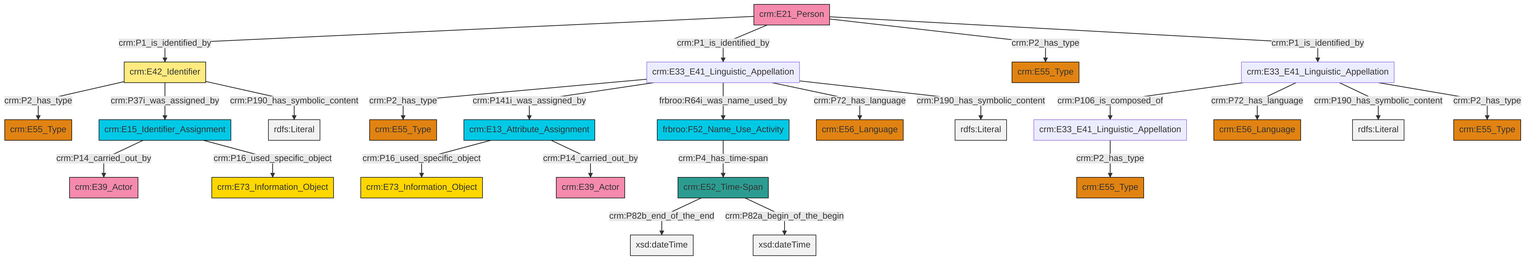
The Mermaid diagram et/personCSV/ttl/mmd/png/Person_Names_and_Classification.png in swiss-art-research-net/docs.swissartresearch, before a commit. Its source is kept beside it as et/personCSV/ttl/mmd/Person_Names_and_Classification.ttl.mmd.
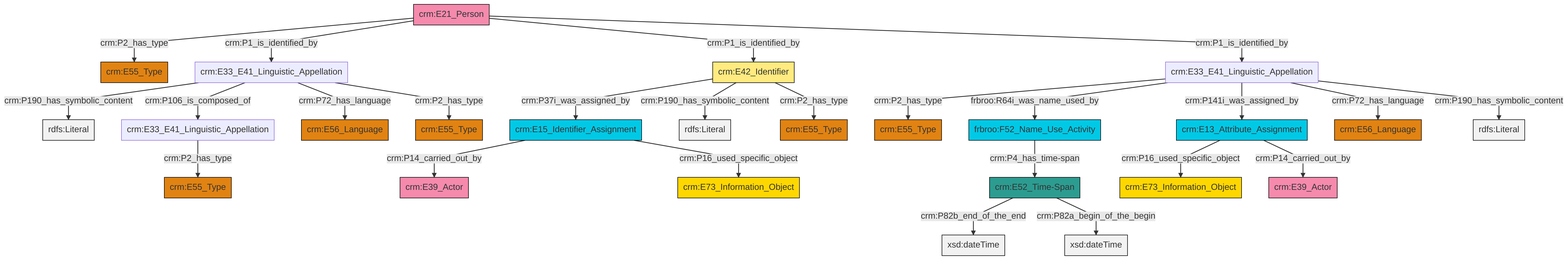
After the commit.

What changed in the source:
```diff
@@ -13,27 +13,27 @@
 classDef PC_Classes fill:#4ce600, stroke:#000000;
 classDef Multi fill:#cccccc,stroke:#000000;
 
-4["crm:E21_Person"]:::Actor -->|crm:P1_is_identified_by| 5["crm:E42_Identifier"]:::Appellation
-10["crm:E33_E41_Linguistic_Appellation"]:::Default -->|crm:P2_has_type| 2["crm:E55_Type"]:::Type
-18["crm:E52_Time-Span"]:::Time-Span -->|crm:P82b_end_of_the_end| 19[xsd:dateTime]:::Literal
-10["crm:E33_E41_Linguistic_Appellation"]:::Default -->|crm:P141i_was_assigned_by| 20["crm:E13_Attribute_Assignment"]:::Temporal_Entity
-5["crm:E42_Identifier"]:::Appellation -->|crm:P2_has_type| 21["crm:E55_Type"]:::Type
-22["crm:E15_Identifier_Assignment"]:::Temporal_Entity -->|crm:P14_carried_out_by| 23["crm:E39_Actor"]:::Actor
-0["crm:E33_E41_Linguistic_Appellation"]:::Default -->|crm:P106_is_composed_of| 11["crm:E33_E41_Linguistic_Appellation"]:::Default
-4["crm:E21_Person"]:::Actor -->|crm:P1_is_identified_by| 10["crm:E33_E41_Linguistic_Appellation"]:::Default
-25["frbroo:F52_Name_Use_Activity"]:::Temporal_Entity -->|crm:P4_has_time-span| 18["crm:E52_Time-Span"]:::Time-Span
-4["crm:E21_Person"]:::Actor -->|crm:P2_has_type| 30["crm:E55_Type"]:::Type
-0["crm:E33_E41_Linguistic_Appellation"]:::Default -->|crm:P72_has_language| 32["crm:E56_Language"]:::Type
-4["crm:E21_Person"]:::Actor -->|crm:P1_is_identified_by| 0["crm:E33_E41_Linguistic_Appellation"]:::Default
-11["crm:E33_E41_Linguistic_Appellation"]:::Default -->|crm:P2_has_type| 8["crm:E55_Type"]:::Type
-10["crm:E33_E41_Linguistic_Appellation"]:::Default -->|frbroo:R64i_was_name_used_by| 25["frbroo:F52_Name_Use_Activity"]:::Temporal_Entity
-0["crm:E33_E41_Linguistic_Appellation"]:::Default -->|crm:P190_has_symbolic_content| 39[rdfs:Literal]:::Literal
-5["crm:E42_Identifier"]:::Appellation -->|crm:P37i_was_assigned_by| 22["crm:E15_Identifier_Assignment"]:::Temporal_Entity
-20["crm:E13_Attribute_Assignment"]:::Temporal_Entity -->|crm:P16_used_specific_object| 36["crm:E73_Information_Object"]:::Conceptual_Object
-0["crm:E33_E41_Linguistic_Appellation"]:::Default -->|crm:P2_has_type| 15["crm:E55_Type"]:::Type
-22["crm:E15_Identifier_Assignment"]:::Temporal_Entity -->|crm:P16_used_specific_object| 6["crm:E73_Information_Object"]:::Conceptual_Object
-20["crm:E13_Attribute_Assignment"]:::Temporal_Entity -->|crm:P14_carried_out_by| 26["crm:E39_Actor"]:::Actor
-18["crm:E52_Time-Span"]:::Time-Span -->|crm:P82a_begin_of_the_begin| 40[xsd:dateTime]:::Literal
-5["crm:E42_Identifier"]:::Appellation -->|crm:P190_has_symbolic_content| 41[rdfs:Literal]:::Literal
-10["crm:E33_E41_Linguistic_Appellation"]:::Default -->|crm:P72_has_language| 13["crm:E56_Language"]:::Type
-10["crm:E33_E41_Linguistic_Appellation"]:::Default -->|crm:P190_has_symbolic_content| 46[rdfs:Literal]:::Literal
+2["crm:E21_Person"]:::Actor -->|crm:P2_has_type| 3["crm:E55_Type"]:::Type
+9["crm:E15_Identifier_Assignment"]:::Temporal_Entity -->|crm:P14_carried_out_by| 10["crm:E39_Actor"]:::Actor
+11["crm:E33_E41_Linguistic_Appellation"]:::Default -->|crm:P2_has_type| 12["crm:E55_Type"]:::Type
+11["crm:E33_E41_Linguistic_Appellation"]:::Default -->|frbroo:R64i_was_name_used_by| 15["frbroo:F52_Name_Use_Activity"]:::Temporal_Entity
+2["crm:E21_Person"]:::Actor -->|crm:P1_is_identified_by| 7["crm:E33_E41_Linguistic_Appellation"]:::Default
+19["crm:E42_Identifier"]:::Appellation -->|crm:P37i_was_assigned_by| 9["crm:E15_Identifier_Assignment"]:::Temporal_Entity
+19["crm:E42_Identifier"]:::Appellation -->|crm:P190_has_symbolic_content| 22[rdfs:Literal]:::Literal
+7["crm:E33_E41_Linguistic_Appellation"]:::Default -->|crm:P190_has_symbolic_content| 23[rdfs:Literal]:::Literal
+24["crm:E33_E41_Linguistic_Appellation"]:::Default -->|crm:P2_has_type| 25["crm:E55_Type"]:::Type
+9["crm:E15_Identifier_Assignment"]:::Temporal_Entity -->|crm:P16_used_specific_object| 27["crm:E73_Information_Object"]:::Conceptual_Object
+0["crm:E52_Time-Span"]:::Time-Span -->|crm:P82b_end_of_the_end| 28[xsd:dateTime]:::Literal
+7["crm:E33_E41_Linguistic_Appellation"]:::Default -->|crm:P106_is_composed_of| 24["crm:E33_E41_Linguistic_Appellation"]:::Default
+11["crm:E33_E41_Linguistic_Appellation"]:::Default -->|crm:P141i_was_assigned_by| 29["crm:E13_Attribute_Assignment"]:::Temporal_Entity
+11["crm:E33_E41_Linguistic_Appellation"]:::Default -->|crm:P72_has_language| 13["crm:E56_Language"]:::Type
+19["crm:E42_Identifier"]:::Appellation -->|crm:P2_has_type| 20["crm:E55_Type"]:::Type
+11["crm:E33_E41_Linguistic_Appellation"]:::Default -->|crm:P190_has_symbolic_content| 34[rdfs:Literal]:::Literal
+29["crm:E13_Attribute_Assignment"]:::Temporal_Entity -->|crm:P16_used_specific_object| 30["crm:E73_Information_Object"]:::Conceptual_Object
+2["crm:E21_Person"]:::Actor -->|crm:P1_is_identified_by| 19["crm:E42_Identifier"]:::Appellation
+29["crm:E13_Attribute_Assignment"]:::Temporal_Entity -->|crm:P14_carried_out_by| 36["crm:E39_Actor"]:::Actor
+2["crm:E21_Person"]:::Actor -->|crm:P1_is_identified_by| 11["crm:E33_E41_Linguistic_Appellation"]:::Default
+7["crm:E33_E41_Linguistic_Appellation"]:::Default -->|crm:P72_has_language| 41["crm:E56_Language"]:::Type
+7["crm:E33_E41_Linguistic_Appellation"]:::Default -->|crm:P2_has_type| 4["crm:E55_Type"]:::Type
+0["crm:E52_Time-Span"]:::Time-Span -->|crm:P82a_begin_of_the_begin| 44[xsd:dateTime]:::Literal
+15["frbroo:F52_Name_Use_Activity"]:::Temporal_Entity -->|crm:P4_has_time-span| 0["crm:E52_Time-Span"]:::Time-Span
```
